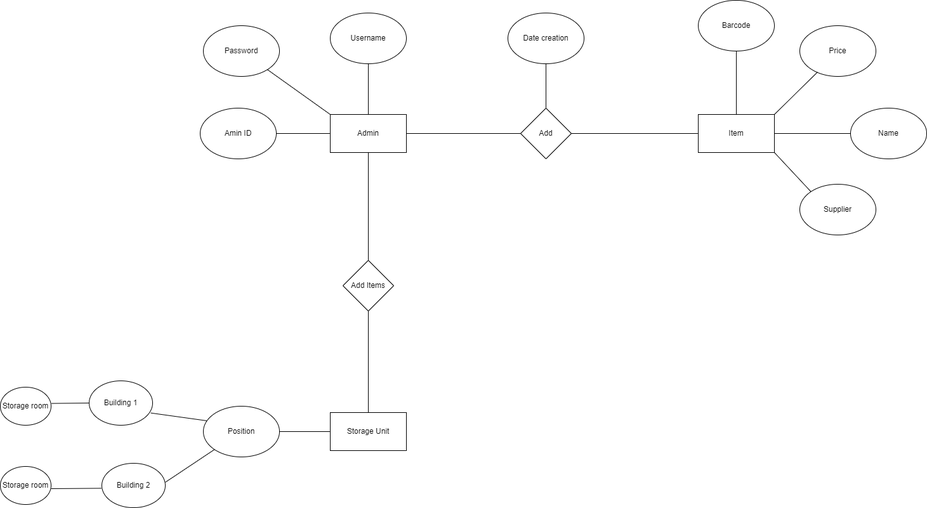
Before: ERD.drawio.png, a diagram exported from draw.io (kjahaj/Inventory-system-Door-7-guys.). Source tidied: cells renumbered, new cells last; positions are measured from the earlier drawing's top-left corner, leaving out a move shared by most shapes.
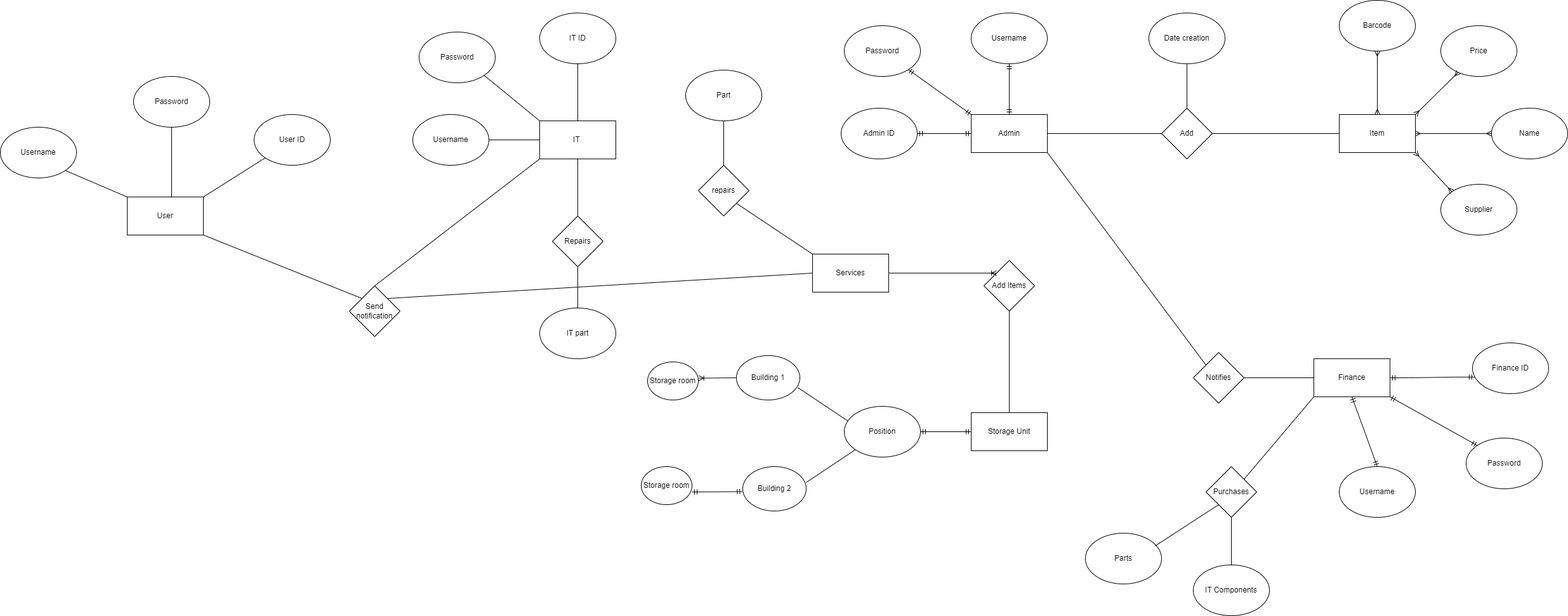
Above is the later version.

The edit, as a diff of the source:
```diff
@@ -14,17 +14,17 @@
     <mxCell id="5" value="Price" style="ellipse;whiteSpace=wrap;html=1;" parent="1" vertex="1">
       <mxGeometry x="1260" y="40" width="120" height="80" as="geometry" />
     </mxCell>
-    <mxCell id="6" style="endArrow=none;html=1;rounded=0;entryX=0.5;entryY=1;entryDx=0;entryDy=0;" parent="1" edge="1" target="3">
+    <mxCell id="6" style="endArrow=ERmany;html=1;rounded=0;entryX=0.5;entryY=1;entryDx=0;entryDy=0;elbow=vertical;startArrow=ERmany;startFill=0;endFill=0;" parent="1" edge="1" target="3">
       <mxGeometry relative="1" as="geometry">
         <mxPoint x="1160" y="180" as="sourcePoint" />
       </mxGeometry>
     </mxCell>
-    <mxCell id="7" style="endArrow=none;html=1;rounded=0;entryX=0.233;entryY=0.915;entryDx=0;entryDy=0;entryPerimeter=0;" parent="1" edge="1" target="5">
+    <mxCell id="7" style="endArrow=ERmany;html=1;rounded=0;entryX=0.233;entryY=0.915;entryDx=0;entryDy=0;entryPerimeter=0;exitX=0.233;exitY=0.915;exitDx=0;exitDy=0;exitPerimeter=0;startArrow=ERmany;startFill=0;endFill=0;" parent="1" edge="1" target="5">
       <mxGeometry relative="1" as="geometry">
         <mxPoint x="1220" y="180" as="sourcePoint" />
       </mxGeometry>
     </mxCell>
-    <mxCell id="8" style="endArrow=none;html=1;rounded=0;entryX=0;entryY=0.5;entryDx=0;entryDy=0;" parent="1" edge="1" target="4">
+    <mxCell id="8" style="endArrow=ERmany;html=1;rounded=0;entryX=0;entryY=0.5;entryDx=0;entryDy=0;startArrow=ERmany;startFill=0;endFill=0;" parent="1" edge="1" target="4">
       <mxGeometry relative="1" as="geometry">
         <mxPoint x="1220" y="210" as="sourcePoint" />
       </mxGeometry>
@@ -32,7 +32,7 @@
     <mxCell id="9" value="Supplier" style="ellipse;whiteSpace=wrap;html=1;" parent="1" vertex="1">
       <mxGeometry x="1260" y="290" width="120" height="80" as="geometry" />
     </mxCell>
-    <mxCell id="10" style="endArrow=none;html=1;rounded=0;exitX=0;exitY=0;exitDx=0;exitDy=0;" parent="1" edge="1" source="9">
+    <mxCell id="10" style="endArrow=ERmany;html=1;rounded=0;exitX=0;exitY=0;exitDx=0;exitDy=0;startArrow=ERmany;startFill=0;endFill=0;" parent="1" edge="1" source="9">
       <mxGeometry relative="1" as="geometry">
         <mxPoint x="1220" y="240" as="targetPoint" />
       </mxGeometry>
@@ -64,23 +64,23 @@
     <mxCell id="17" value="Username" style="ellipse;whiteSpace=wrap;html=1;" parent="1" vertex="1">
       <mxGeometry x="520" y="20" width="120" height="80" as="geometry" />
     </mxCell>
-    <mxCell id="18" value="Amin ID" style="ellipse;whiteSpace=wrap;html=1;" parent="1" vertex="1">
+    <mxCell id="18" value="Admin ID" style="ellipse;whiteSpace=wrap;html=1;" parent="1" vertex="1">
       <mxGeometry x="315" y="170" width="120" height="80" as="geometry" />
     </mxCell>
     <mxCell id="19" value="Password" style="ellipse;whiteSpace=wrap;html=1;" parent="1" vertex="1">
       <mxGeometry x="320" y="40" width="120" height="80" as="geometry" />
     </mxCell>
-    <mxCell id="20" style="endArrow=none;html=1;rounded=0;exitX=1;exitY=0.5;exitDx=0;exitDy=0;" parent="1" edge="1" source="18">
+    <mxCell id="20" style="endArrow=ERmandOne;html=1;rounded=0;exitX=1;exitY=0.5;exitDx=0;exitDy=0;startArrow=ERmandOne;startFill=0;endFill=0;" parent="1" edge="1" source="18">
       <mxGeometry relative="1" as="geometry">
         <mxPoint x="520" y="210" as="targetPoint" />
       </mxGeometry>
     </mxCell>
-    <mxCell id="21" style="endArrow=none;html=1;rounded=0;entryX=0.5;entryY=1;entryDx=0;entryDy=0;" parent="1" edge="1" target="17">
+    <mxCell id="21" style="endArrow=ERmandOne;html=1;rounded=0;entryX=0.5;entryY=1;entryDx=0;entryDy=0;startArrow=ERmandOne;startFill=0;endFill=0;" parent="1" edge="1" target="17">
       <mxGeometry relative="1" as="geometry">
         <mxPoint x="580" y="180" as="sourcePoint" />
       </mxGeometry>
     </mxCell>
-    <mxCell id="22" style="endArrow=none;html=1;rounded=0;" parent="1" edge="1" source="19">
+    <mxCell id="22" style="endArrow=ERmandOne;html=1;rounded=0;endFill=0;startArrow=ERmandOne;startFill=0;" parent="1" edge="1" source="19">
       <mxGeometry relative="1" as="geometry">
         <mxPoint x="520" y="180" as="targetPoint" />
       </mxGeometry>
@@ -88,10 +88,8 @@
     <mxCell id="23" value="Add Items" style="rhombus;whiteSpace=wrap;html=1;" parent="1" vertex="1">
       <mxGeometry x="540" y="410" width="80" height="80" as="geometry" />
     </mxCell>
-    <mxCell id="24" style="endArrow=none;html=1;rounded=0;exitX=0.5;exitY=0;exitDx=0;exitDy=0;" parent="1" edge="1" source="23">
-      <mxGeometry relative="1" as="geometry">
-        <mxPoint x="580" y="240" as="targetPoint" />
-      </mxGeometry>
+    <mxCell id="24" style="endArrow=none;html=1;rounded=0;exitX=0;exitY=0;exitDx=0;exitDy=0;startArrow=ERoneToMany;startFill=0;entryX=1;entryY=0.5;entryDx=0;entryDy=0;" parent="1" edge="1" source="23" target="53">
+      <mxGeometry relative="1" as="geometry" />
     </mxCell>
     <mxCell id="25" value="Storage Unit" style="rounded=0;whiteSpace=wrap;html=1;" parent="1" vertex="1">
       <mxGeometry x="520" y="650" width="120" height="60" as="geometry" />
@@ -104,14 +102,14 @@
     <mxCell id="27" value="Position" style="ellipse;whiteSpace=wrap;html=1;" parent="1" vertex="1">
       <mxGeometry x="320" y="640" width="120" height="80" as="geometry" />
     </mxCell>
-    <mxCell id="28" style="endArrow=none;html=1;rounded=0;entryX=0;entryY=0.5;entryDx=0;entryDy=0;exitX=1;exitY=0.5;exitDx=0;exitDy=0;" parent="1" edge="1" source="27" target="25">
+    <mxCell id="28" style="endArrow=ERmandOne;html=1;rounded=0;entryX=0;entryY=0.5;entryDx=0;entryDy=0;exitX=1;exitY=0.5;exitDx=0;exitDy=0;startArrow=ERmandOne;startFill=0;endFill=0;" parent="1" edge="1" source="27" target="25">
       <mxGeometry relative="1" as="geometry" />
     </mxCell>
     <mxCell id="29" value="Building 1" style="ellipse;whiteSpace=wrap;html=1;" parent="1" vertex="1">
-      <mxGeometry x="140" y="600" width="100" height="70" as="geometry" />
+      <mxGeometry x="150" y="560" width="100" height="70" as="geometry" />
     </mxCell>
     <mxCell id="30" value="Building 2" style="ellipse;whiteSpace=wrap;html=1;" parent="1" vertex="1">
-      <mxGeometry x="160" y="730" width="100" height="70" as="geometry" />
+      <mxGeometry x="160" y="735" width="100" height="70" as="geometry" />
     </mxCell>
     <mxCell id="31" style="endArrow=none;html=1;rounded=0;exitX=0.972;exitY=0.724;exitDx=0;exitDy=0;exitPerimeter=0;entryX=0.045;entryY=0.287;entryDx=0;entryDy=0;entryPerimeter=0;" parent="1" edge="1" source="29" target="27">
       <mxGeometry relative="1" as="geometry" />
@@ -122,18 +120,179 @@
       </mxGeometry>
     </mxCell>
     <mxCell id="33" value="Storage room" style="ellipse;whiteSpace=wrap;html=1;" parent="1" vertex="1">
-      <mxGeometry y="610" width="80" height="60" as="geometry" />
+      <mxGeometry x="10" y="570" width="80" height="60" as="geometry" />
     </mxCell>
     <mxCell id="34" value="Storage room" style="ellipse;whiteSpace=wrap;html=1;" parent="1" vertex="1">
       <mxGeometry y="735" width="80" height="60" as="geometry" />
     </mxCell>
-    <mxCell id="35" style="endArrow=none;html=1;rounded=0;entryX=0;entryY=0.5;entryDx=0;entryDy=0;exitX=1.008;exitY=0.427;exitDx=0;exitDy=0;exitPerimeter=0;" parent="1" edge="1" source="33" target="29">
+    <mxCell id="35" style="endArrow=ERoneToMany;html=1;rounded=0;entryX=1.008;entryY=0.427;entryDx=0;entryDy=0;exitX=0;exitY=0.5;exitDx=0;exitDy=0;endFill=0;entryPerimeter=0;" parent="1" edge="1" source="29" target="33">
       <mxGeometry relative="1" as="geometry" />
     </mxCell>
-    <mxCell id="36" style="endArrow=none;html=1;rounded=0;entryX=-0.007;entryY=0.563;entryDx=0;entryDy=0;entryPerimeter=0;" parent="1" edge="1" target="30">
+    <mxCell id="36" style="endArrow=ERmandOne;html=1;rounded=0;entryX=-0.007;entryY=0.563;entryDx=0;entryDy=0;entryPerimeter=0;startArrow=ERmandOne;startFill=0;endFill=0;" parent="1" edge="1" target="30">
       <mxGeometry relative="1" as="geometry">
-        <mxPoint x="80" y="770" as="sourcePoint" />
+        <mxPoint x="80" y="775" as="sourcePoint" />
       </mxGeometry>
     </mxCell>
+    <mxCell id="37" value="Finance" style="rounded=0;whiteSpace=wrap;html=1;" parent="1" vertex="1">
+      <mxGeometry x="1060" y="565" width="120" height="60" as="geometry" />
+    </mxCell>
+    <mxCell id="38" value="Finance ID" style="ellipse;whiteSpace=wrap;html=1;" parent="1" vertex="1">
+      <mxGeometry x="1310" y="540" width="120" height="80" as="geometry" />
+    </mxCell>
+    <mxCell id="39" value="Password" style="ellipse;whiteSpace=wrap;html=1;" parent="1" vertex="1">
+      <mxGeometry x="1300" y="690" width="120" height="80" as="geometry" />
+    </mxCell>
+    <mxCell id="40" value="Username" style="ellipse;whiteSpace=wrap;html=1;" parent="1" vertex="1">
+      <mxGeometry x="1100" y="735" width="120" height="80" as="geometry" />
+    </mxCell>
+    <mxCell id="41" style="edgeStyle=entityRelationEdgeStyle;fontSize=12;html=1;endArrow=ERmandOne;startArrow=ERmandOne;rounded=0;elbow=vertical;entryX=0.024;entryY=0.674;entryDx=0;entryDy=0;entryPerimeter=0;exitX=1;exitY=0.5;exitDx=0;exitDy=0;" parent="1" edge="1" source="37" target="38">
+      <mxGeometry relative="1" as="geometry" />
+    </mxCell>
+    <mxCell id="42" style="endArrow=ERmandOne;html=1;rounded=0;elbow=vertical;exitX=0.5;exitY=0;exitDx=0;exitDy=0;entryX=0.5;entryY=1;entryDx=0;entryDy=0;startArrow=ERmandOne;startFill=0;endFill=0;" parent="1" edge="1" source="40" target="37">
+      <mxGeometry relative="1" as="geometry" />
+    </mxCell>
+    <mxCell id="43" style="endArrow=ERmandOne;html=1;rounded=0;elbow=vertical;entryX=0;entryY=0;entryDx=0;entryDy=0;exitX=1;exitY=1;exitDx=0;exitDy=0;startArrow=ERmandOne;startFill=0;endFill=0;" parent="1" edge="1" source="37" target="39">
+      <mxGeometry relative="1" as="geometry" />
+    </mxCell>
+    <mxCell id="44" value="Notifies" style="rhombus;whiteSpace=wrap;html=1;" parent="1" vertex="1">
+      <mxGeometry x="870" y="555" width="80" height="80" as="geometry" />
+    </mxCell>
+    <mxCell id="45" style="endArrow=none;html=1;rounded=0;elbow=vertical;entryX=0;entryY=0.5;entryDx=0;entryDy=0;exitX=1;exitY=0.5;exitDx=0;exitDy=0;" parent="1" edge="1" source="44" target="37">
+      <mxGeometry relative="1" as="geometry" />
+    </mxCell>
+    <mxCell id="46" style="endArrow=none;html=1;rounded=0;elbow=vertical;entryX=0;entryY=0;entryDx=0;entryDy=0;exitX=1;exitY=1;exitDx=0;exitDy=0;" parent="1" edge="1" source="15" target="44">
+      <mxGeometry relative="1" as="geometry" />
+    </mxCell>
+    <mxCell id="47" value="Purchases" style="rhombus;whiteSpace=wrap;html=1;" parent="1" vertex="1">
+      <mxGeometry x="890" y="735" width="80" height="80" as="geometry" />
+    </mxCell>
+    <mxCell id="48" style="endArrow=none;html=1;rounded=0;elbow=vertical;entryX=0;entryY=1;entryDx=0;entryDy=0;" parent="1" edge="1" target="37">
+      <mxGeometry relative="1" as="geometry">
+        <mxPoint x="950" y="755" as="sourcePoint" />
+      </mxGeometry>
+    </mxCell>
+    <mxCell id="49" style="endArrow=none;html=1;rounded=0;elbow=vertical;entryX=0.5;entryY=1;entryDx=0;entryDy=0;" parent="1" edge="1" target="47">
+      <mxGeometry relative="1" as="geometry">
+        <mxPoint x="930" y="890" as="sourcePoint" />
+      </mxGeometry>
+    </mxCell>
+    <mxCell id="50" value="IT Components" style="ellipse;whiteSpace=wrap;html=1;" parent="1" vertex="1">
+      <mxGeometry x="870" y="890" width="120" height="80" as="geometry" />
+    </mxCell>
+    <mxCell id="51" value="Parts" style="ellipse;whiteSpace=wrap;html=1;" parent="1" vertex="1">
+      <mxGeometry x="700" y="840" width="120" height="80" as="geometry" />
+    </mxCell>
+    <mxCell id="52" style="endArrow=none;html=1;rounded=0;elbow=vertical;entryX=0;entryY=1;entryDx=0;entryDy=0;" parent="1" edge="1" target="47">
+      <mxGeometry relative="1" as="geometry">
+        <mxPoint x="810" y="860" as="sourcePoint" />
+      </mxGeometry>
+    </mxCell>
+    <mxCell id="53" value="Services" style="rounded=0;whiteSpace=wrap;html=1;" parent="1" vertex="1">
+      <mxGeometry x="270" y="400" width="120" height="60" as="geometry" />
+    </mxCell>
+    <mxCell id="54" value="IT&amp;nbsp;" style="rounded=0;whiteSpace=wrap;html=1;" parent="1" vertex="1">
+      <mxGeometry x="-160" y="190" width="120" height="60" as="geometry" />
+    </mxCell>
+    <mxCell id="55" value="IT ID" style="ellipse;whiteSpace=wrap;html=1;" parent="1" vertex="1">
+      <mxGeometry x="-160" y="20" width="120" height="80" as="geometry" />
+    </mxCell>
+    <mxCell id="56" value="Password" style="ellipse;whiteSpace=wrap;html=1;" parent="1" vertex="1">
+      <mxGeometry x="-350" y="50" width="120" height="80" as="geometry" />
+    </mxCell>
+    <mxCell id="57" value="Username" style="ellipse;whiteSpace=wrap;html=1;" parent="1" vertex="1">
+      <mxGeometry x="-360" y="180" width="120" height="80" as="geometry" />
+    </mxCell>
+    <mxCell id="58" style="endArrow=none;html=1;rounded=0;elbow=vertical;entryX=0.5;entryY=1;entryDx=0;entryDy=0;" parent="1" edge="1" target="55">
+      <mxGeometry relative="1" as="geometry">
+        <mxPoint x="-100" y="190" as="sourcePoint" />
+      </mxGeometry>
+    </mxCell>
+    <mxCell id="59" style="endArrow=none;html=1;rounded=0;elbow=vertical;exitX=1;exitY=0.5;exitDx=0;exitDy=0;" parent="1" edge="1" source="57">
+      <mxGeometry relative="1" as="geometry">
+        <mxPoint x="-160" y="220" as="targetPoint" />
+      </mxGeometry>
+    </mxCell>
+    <mxCell id="60" style="endArrow=none;html=1;rounded=0;elbow=vertical;exitX=1;exitY=1;exitDx=0;exitDy=0;" parent="1" edge="1" source="56">
+      <mxGeometry relative="1" as="geometry">
+        <mxPoint x="-160" y="190" as="targetPoint" />
+      </mxGeometry>
+    </mxCell>
+    <mxCell id="61" value="Repairs" style="rhombus;whiteSpace=wrap;html=1;" parent="1" vertex="1">
+      <mxGeometry x="-140" y="340" width="80" height="80" as="geometry" />
+    </mxCell>
+    <mxCell id="62" value="User" style="rounded=0;whiteSpace=wrap;html=1;" parent="1" vertex="1">
+      <mxGeometry x="-810" y="310" width="120" height="60" as="geometry" />
+    </mxCell>
+    <mxCell id="63" value="Password" style="ellipse;whiteSpace=wrap;html=1;" parent="1" vertex="1">
+      <mxGeometry x="-800" y="120" width="120" height="80" as="geometry" />
+    </mxCell>
+    <mxCell id="64" value="User ID" style="ellipse;whiteSpace=wrap;html=1;" parent="1" vertex="1">
+      <mxGeometry x="-610" y="180" width="120" height="80" as="geometry" />
+    </mxCell>
+    <mxCell id="65" value="Username" style="ellipse;whiteSpace=wrap;html=1;" parent="1" vertex="1">
+      <mxGeometry x="-1010" y="200" width="120" height="80" as="geometry" />
+    </mxCell>
+    <mxCell id="66" style="endArrow=none;html=1;rounded=0;elbow=vertical;entryX=0;entryY=1;entryDx=0;entryDy=0;" parent="1" edge="1" target="64">
+      <mxGeometry relative="1" as="geometry">
+        <mxPoint x="-690" y="310" as="sourcePoint" />
+      </mxGeometry>
+    </mxCell>
+    <mxCell id="67" style="endArrow=none;html=1;rounded=0;elbow=vertical;entryX=0.5;entryY=1;entryDx=0;entryDy=0;" parent="1" edge="1" target="63">
+      <mxGeometry relative="1" as="geometry">
+        <mxPoint x="-740" y="310" as="sourcePoint" />
+      </mxGeometry>
+    </mxCell>
+    <mxCell id="68" style="endArrow=none;html=1;rounded=0;elbow=vertical;exitX=1;exitY=1;exitDx=0;exitDy=0;" parent="1" edge="1" source="65">
+      <mxGeometry relative="1" as="geometry">
+        <mxPoint x="-810" y="310" as="targetPoint" />
+      </mxGeometry>
+    </mxCell>
+    <mxCell id="69" value="Send notification" style="rhombus;whiteSpace=wrap;html=1;" parent="1" vertex="1">
+      <mxGeometry x="-460" y="450" width="80" height="80" as="geometry" />
+    </mxCell>
+    <mxCell id="70" style="endArrow=none;html=1;rounded=0;elbow=vertical;exitX=0;exitY=0;exitDx=0;exitDy=0;" parent="1" edge="1" source="69">
+      <mxGeometry relative="1" as="geometry">
+        <mxPoint x="-690" y="370" as="targetPoint" />
+      </mxGeometry>
+    </mxCell>
+    <mxCell id="71" style="endArrow=none;html=1;rounded=0;elbow=vertical;entryX=0;entryY=0.5;entryDx=0;entryDy=0;" parent="1" edge="1" target="53">
+      <mxGeometry relative="1" as="geometry">
+        <mxPoint x="-400" y="470" as="sourcePoint" />
+      </mxGeometry>
+    </mxCell>
+    <mxCell id="72" style="endArrow=none;html=1;rounded=0;elbow=vertical;entryX=0;entryY=1;entryDx=0;entryDy=0;" parent="1" edge="1" target="54">
+      <mxGeometry relative="1" as="geometry">
+        <mxPoint x="-420" y="450" as="sourcePoint" />
+      </mxGeometry>
+    </mxCell>
+    <mxCell id="73" style="endArrow=none;html=1;rounded=0;elbow=vertical;exitX=0.5;exitY=0;exitDx=0;exitDy=0;" parent="1" edge="1" source="61">
+      <mxGeometry relative="1" as="geometry">
+        <mxPoint x="-100" y="250" as="targetPoint" />
+      </mxGeometry>
+    </mxCell>
+    <mxCell id="74" style="endArrow=none;html=1;rounded=0;elbow=vertical;exitX=0.5;exitY=0;exitDx=0;exitDy=0;" parent="1" edge="1" source="75">
+      <mxGeometry relative="1" as="geometry">
+        <mxPoint x="-100" y="420" as="targetPoint" />
+      </mxGeometry>
+    </mxCell>
+    <mxCell id="75" value="IT part" style="ellipse;whiteSpace=wrap;html=1;" parent="1" vertex="1">
+      <mxGeometry x="-160" y="485" width="120" height="80" as="geometry" />
+    </mxCell>
+    <mxCell id="76" value="repairs" style="rhombus;whiteSpace=wrap;html=1;" parent="1" vertex="1">
+      <mxGeometry x="90" y="260" width="80" height="80" as="geometry" />
+    </mxCell>
+    <mxCell id="77" style="endArrow=none;html=1;rounded=0;elbow=vertical;entryX=1;entryY=1;entryDx=0;entryDy=0;" parent="1" edge="1" target="76">
+      <mxGeometry relative="1" as="geometry">
+        <mxPoint x="270" y="400" as="sourcePoint" />
+      </mxGeometry>
+    </mxCell>
+    <mxCell id="78" value="Part" style="ellipse;whiteSpace=wrap;html=1;" parent="1" vertex="1">
+      <mxGeometry x="70" y="110" width="120" height="80" as="geometry" />
+    </mxCell>
+    <mxCell id="79" style="endArrow=none;html=1;rounded=0;elbow=vertical;entryX=0.5;entryY=1;entryDx=0;entryDy=0;" parent="1" edge="1" target="78">
+      <mxGeometry relative="1" as="geometry">
+        <mxPoint x="130" y="260" as="sourcePoint" />
+      </mxGeometry>
+    </mxCell>
   </root>
 </mxGraphModel>
```
